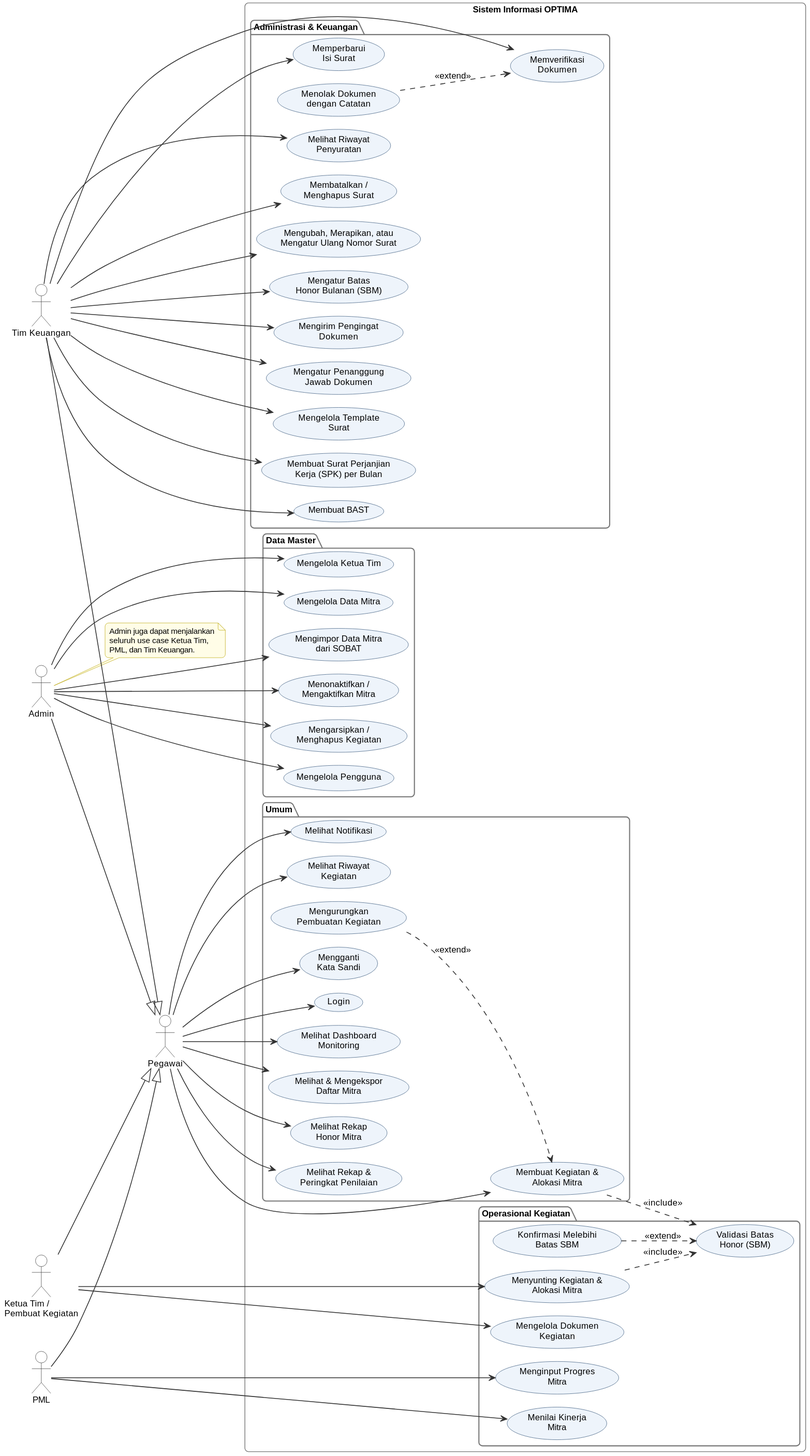
The PlantUML diagram docs/diagram/out/usecase.svg in kharis5870/Kharisma, before a commit.
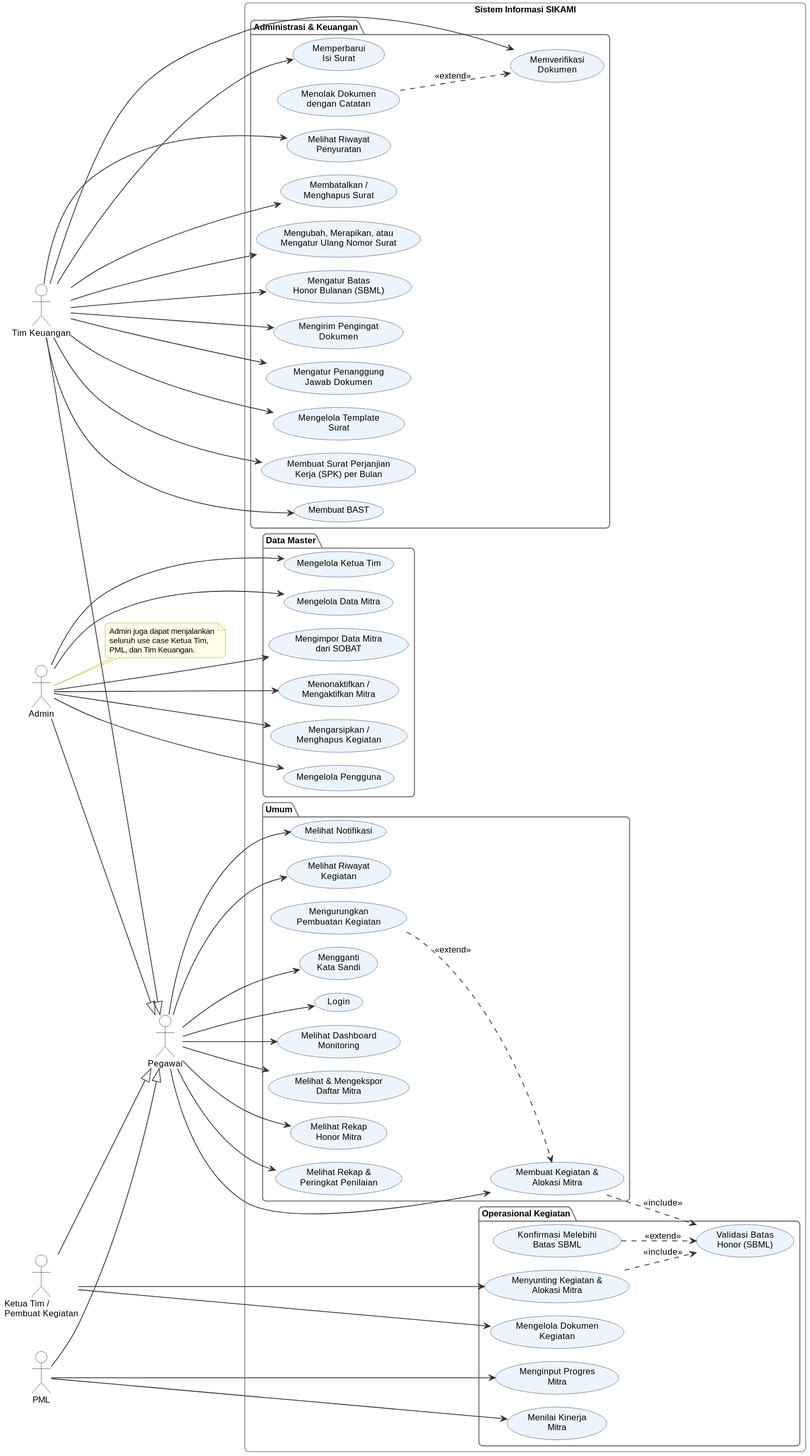
The same diagram one commit later.

The edit, as a diff of the source:
```diff
@@ -13,7 +13,7 @@
 TK --|> P
 AD --|> P
 
-rectangle "Sistem Informasi OPTIMA" {
+rectangle "Sistem Informasi SIKAMI" {
 
   package "Umum" {
     usecase "Login" as UC_LOGIN
@@ -30,15 +30,15 @@
 
   package "Operasional Kegiatan" {
     usecase "Menyunting Kegiatan &\nAlokasi Mitra" as UC_SUNTING
-    usecase "Validasi Batas\nHonor (SBM)" as UC_SBM
-    usecase "Konfirmasi Melebihi\nBatas SBM" as UC_KONF
+    usecase "Validasi Batas\nHonor (SBML)" as UC_SBM
+    usecase "Konfirmasi Melebihi\nBatas SBML" as UC_KONF
     usecase "Mengelola Dokumen\nKegiatan" as UC_DOK
     usecase "Menginput Progres\nMitra" as UC_PROGRES
     usecase "Menilai Kinerja\nMitra" as UC_NILAI
   }
 
   package "Administrasi & Keuangan" {
-    usecase "Mengatur Batas\nHonor Bulanan (SBM)" as UC_BATAS
+    usecase "Mengatur Batas\nHonor Bulanan (SBML)" as UC_BATAS
     usecase "Memverifikasi\nDokumen" as UC_VERIF
     usecase "Menolak Dokumen\ndengan Catatan" as UC_TOLAK
     usecase "Mengirim Pengingat\nDokumen" as UC_INGAT
```
